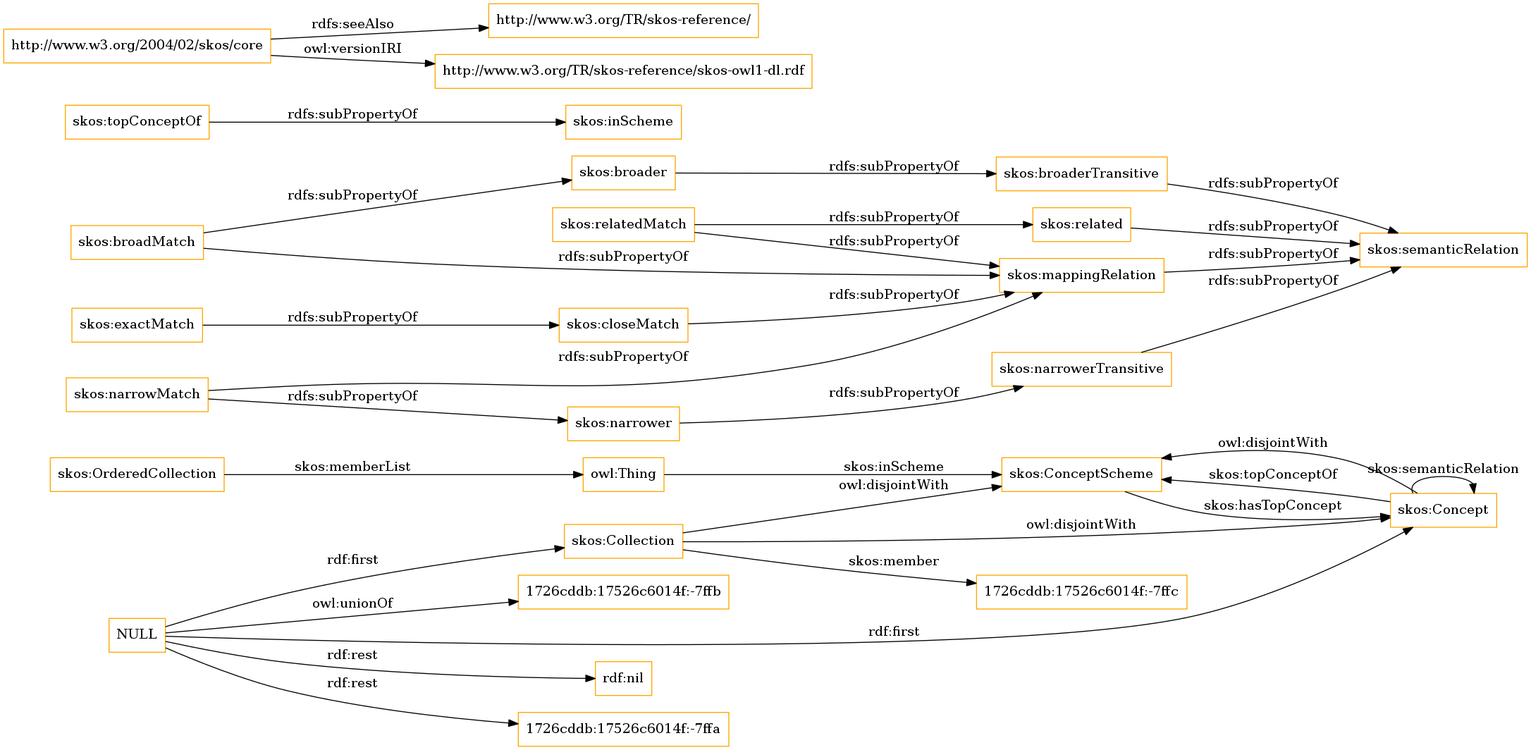
OnToologyUser/core-ontology-1 keeps this Graphviz diagram as OnToology/imports/skos.owl/diagrams/ar2dtool-class/skos.owl.png. Above is the earlier version. Its source is kept beside it as OnToology/imports/skos.owl/diagrams/ar2dtool-class/skos.owl.png.dot.
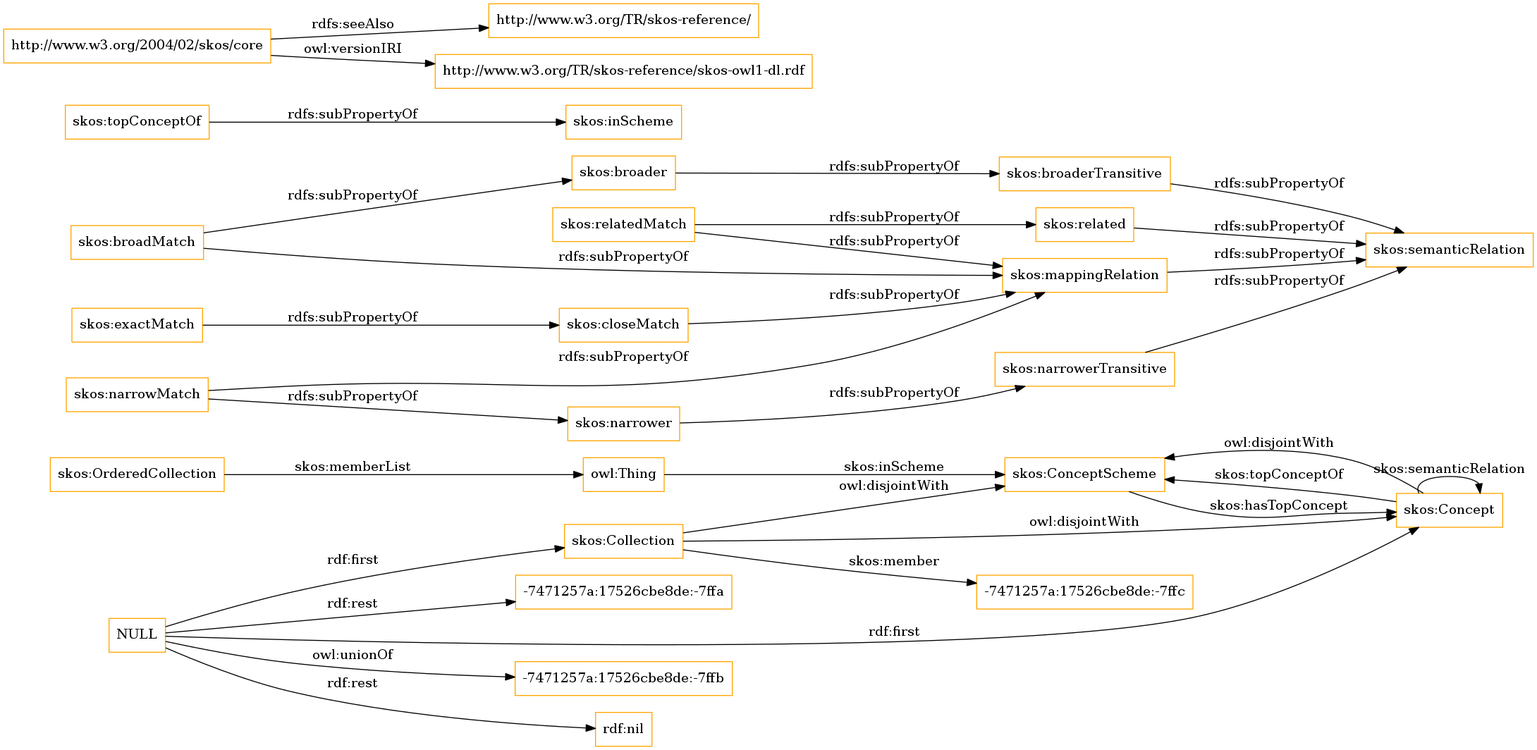
After the change.

What changed in the source:
```diff
@@ -1,13 +1,13 @@
 digraph ar2dtool_diagram {
 rankdir=LR;
 size="1501"
-node [shape = rectangle, color="orange"]; "skos:OrderedCollection" "skos:ConceptScheme" "skos:Concept" "skos:Collection" "1726cddb:17526c6014f:-7ffc" ; /*classes style*/
+node [shape = rectangle, color="orange"]; "skos:OrderedCollection" "skos:ConceptScheme" "skos:Concept" "skos:Collection" "-7471257a:17526cbe8de:-7ffc" ; /*classes style*/
 	"skos:narrowerTransitive" -> "skos:semanticRelation" [ label = "rdfs:subPropertyOf" ];
+	"NULL" -> "-7471257a:17526cbe8de:-7ffb" [ label = "owl:unionOf" ];
 	"NULL" -> "rdf:nil" [ label = "rdf:rest" ];
 	"NULL" -> "skos:Concept" [ label = "rdf:first" ];
-	"NULL" -> "1726cddb:17526c6014f:-7ffa" [ label = "rdf:rest" ];
+	"NULL" -> "-7471257a:17526cbe8de:-7ffa" [ label = "rdf:rest" ];
 	"NULL" -> "skos:Collection" [ label = "rdf:first" ];
-	"NULL" -> "1726cddb:17526c6014f:-7ffb" [ label = "owl:unionOf" ];
 	"skos:closeMatch" -> "skos:mappingRelation" [ label = "rdfs:subPropertyOf" ];
 	"skos:Concept" -> "skos:ConceptScheme" [ label = "owl:disjointWith" ];
 	"skos:relatedMatch" -> "skos:related" [ label = "rdfs:subPropertyOf" ];
@@ -30,7 +30,7 @@
 	"skos:OrderedCollection" -> "owl:Thing" [ label = "skos:memberList" ];
 	"skos:Concept" -> "skos:ConceptScheme" [ label = "skos:topConceptOf" ];
 	"skos:Concept" -> "skos:Concept" [ label = "skos:semanticRelation" ];
-	"skos:Collection" -> "1726cddb:17526c6014f:-7ffc" [ label = "skos:member" ];
+	"skos:Collection" -> "-7471257a:17526cbe8de:-7ffc" [ label = "skos:member" ];
 	"skos:ConceptScheme" -> "skos:Concept" [ label = "skos:hasTopConcept" ];
 	"owl:Thing" -> "skos:ConceptScheme" [ label = "skos:inScheme" ];
 
```
